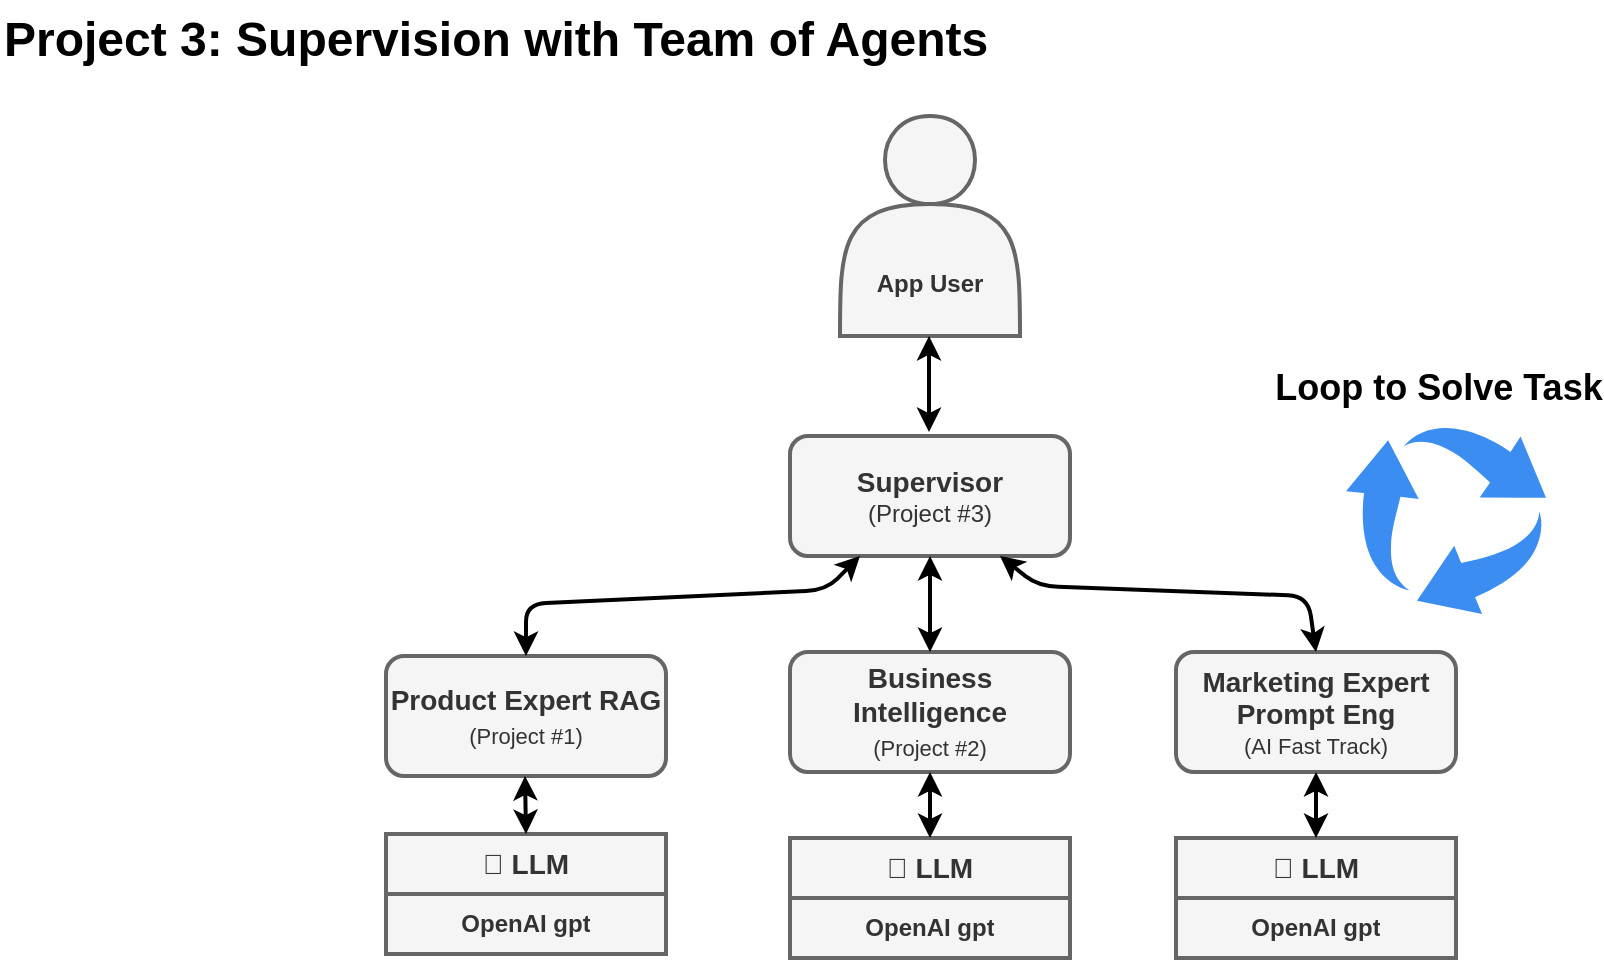
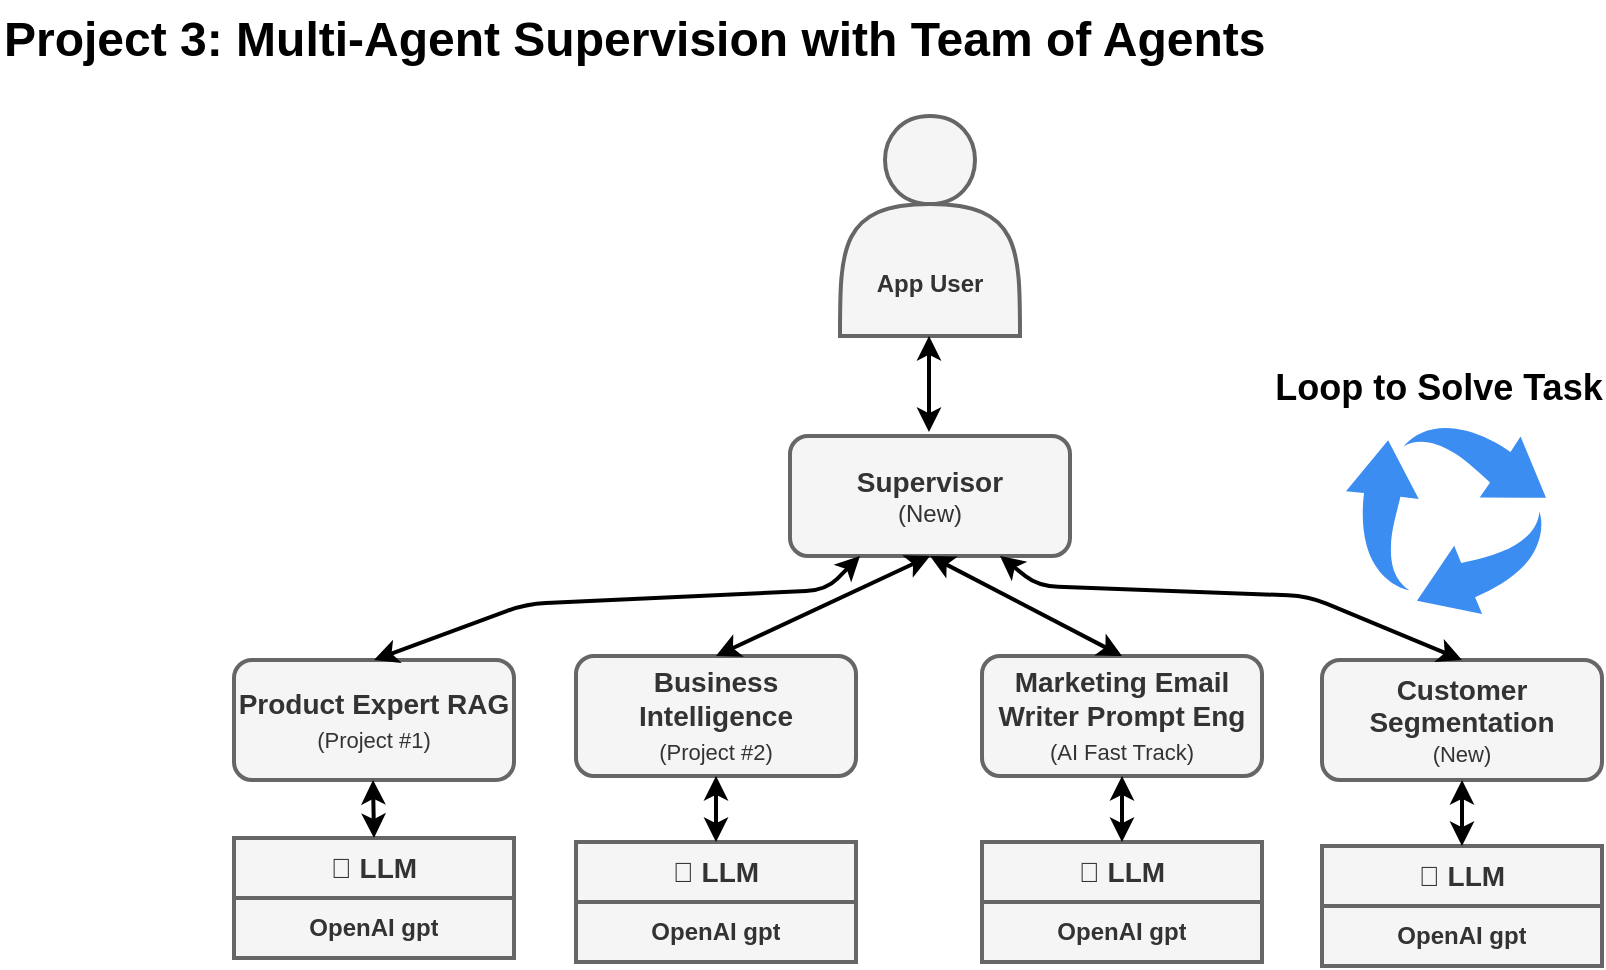
<mxfile host="65bd71144e">
    <diagram id="1xbTTFElEqbZD3jhlw0T" name="Project 3: Plan and Execute Team of Agents">
-         <mxGraphModel dx="877" dy="399" grid="0" gridSize="10" guides="1" tooltips="1" connect="1" arrows="1" fold="1" page="1" pageScale="1" pageWidth="1100" pageHeight="850" background="#ffffff" math="0" shadow="0">
+         <mxGraphModel dx="980" dy="549" grid="0" gridSize="10" guides="1" tooltips="1" connect="1" arrows="1" fold="1" page="1" pageScale="1" pageWidth="1100" pageHeight="850" background="#ffffff" math="0" shadow="0">
            <root>
                <mxCell id="0"/>
                <mxCell id="1" parent="0"/>
-                 <mxCell id="5" value="Project 3: Supervision with Team of Agents" style="text;html=1;fontSize=24;fontStyle=1;verticalAlign=middle;align=left;strokeWidth=2;fontColor=#000000;" parent="1" vertex="1">
+                 <mxCell id="5" value="Project 3: Multi-Agent Supervision with Team of Agents" style="text;html=1;fontSize=24;fontStyle=1;verticalAlign=middle;align=left;strokeWidth=2;fontColor=#000000;" parent="1" vertex="1">
                    <mxGeometry x="40" y="10" width="100" height="40" as="geometry"/>
                </mxCell>
                <mxCell id="35" value="&lt;br&gt;&lt;br&gt;&lt;br&gt;&lt;br&gt;&lt;b&gt;App User&lt;/b&gt;" style="shape=actor;whiteSpace=wrap;html=1;fillColor=#f5f5f5;fontColor=#333333;strokeColor=#666666;strokeWidth=2;" parent="1" vertex="1">
                    <mxGeometry x="460" y="68" width="90" height="110" as="geometry"/>
                </mxCell>
-                 <mxCell id="44" value="&lt;b style=&quot;font-size: 14px;&quot;&gt;Supervisor&lt;/b&gt;&lt;br&gt;&lt;font style=&quot;font-size: 12px;&quot;&gt;(Project #3)&lt;/font&gt;" style="rounded=1;whiteSpace=wrap;html=1;fillColor=#f5f5f5;fontColor=#333333;strokeColor=#666666;strokeWidth=2;" parent="1" vertex="1">
+                 <mxCell id="44" value="&lt;b style=&quot;font-size: 14px;&quot;&gt;Supervisor&lt;/b&gt;&lt;br&gt;&lt;font style=&quot;font-size: 12px;&quot;&gt;(New)&lt;/font&gt;" style="rounded=1;whiteSpace=wrap;html=1;fillColor=#f5f5f5;fontColor=#333333;strokeColor=#666666;strokeWidth=2;" parent="1" vertex="1">
                    <mxGeometry x="435" y="228" width="140" height="60" as="geometry"/>
                </mxCell>
                <mxCell id="50" value="&lt;b style=&quot;font-size: 14px;&quot;&gt;Product Expert RAG&lt;br&gt;&lt;/b&gt;&lt;span style=&quot;font-size: 11px;&quot;&gt;(Project #1)&lt;/span&gt;&lt;b style=&quot;font-size: 14px;&quot;&gt;&lt;br&gt;&lt;/b&gt;" style="rounded=1;whiteSpace=wrap;html=1;fillColor=#f5f5f5;fontColor=#333333;strokeColor=#666666;strokeWidth=2;" parent="1" vertex="1">
-                     <mxGeometry x="233" y="338" width="140" height="60" as="geometry"/>
+                     <mxGeometry x="157" y="340" width="140" height="60" as="geometry"/>
                </mxCell>
                <mxCell id="75" style="edgeStyle=none;html=1;exitX=0.25;exitY=1;exitDx=0;exitDy=0;strokeColor=#000000;strokeWidth=2;fontColor=#000000;startArrow=classic;startFill=1;entryX=0.5;entryY=0;entryDx=0;entryDy=0;" parent="1" source="44" target="50" edge="1">
                    <mxGeometry relative="1" as="geometry">
                        <mxPoint x="515" y="190" as="sourcePoint"/>
                        <mxPoint x="515" y="238" as="targetPoint"/>
                        <Array as="points">
                            <mxPoint x="453" y="305"/>
                            <mxPoint x="303" y="312"/>
                        </Array>
                    </mxGeometry>
                </mxCell>
                <mxCell id="76" value="&lt;b style=&quot;font-size: 14px;&quot;&gt;Business Intelligence&lt;br&gt;&lt;/b&gt;&lt;span style=&quot;font-size: 11px;&quot;&gt;(Project #2)&lt;/span&gt;&lt;b style=&quot;font-size: 14px;&quot;&gt;&lt;br&gt;&lt;/b&gt;" style="rounded=1;whiteSpace=wrap;html=1;fillColor=#f5f5f5;fontColor=#333333;strokeColor=#666666;strokeWidth=2;" parent="1" vertex="1">
-                     <mxGeometry x="435" y="336" width="140" height="60" as="geometry"/>
+                     <mxGeometry x="328" y="338" width="140" height="60" as="geometry"/>
                </mxCell>
-                 <mxCell id="77" value="&lt;b style=&quot;font-size: 14px;&quot;&gt;Marketing Expert Prompt Eng&lt;br&gt;&lt;/b&gt;&lt;span style=&quot;font-size: 11px;&quot;&gt;(AI Fast Track)&lt;/span&gt;" style="rounded=1;whiteSpace=wrap;html=1;fillColor=#f5f5f5;fontColor=#333333;strokeColor=#666666;strokeWidth=2;" parent="1" vertex="1">
-                     <mxGeometry x="628" y="336" width="140" height="60" as="geometry"/>
+                 <mxCell id="77" value="&lt;b style=&quot;font-size: 14px;&quot;&gt;Customer Segmentation&lt;br&gt;&lt;/b&gt;&lt;span style=&quot;font-size: 11px;&quot;&gt;(New)&lt;/span&gt;" style="rounded=1;whiteSpace=wrap;html=1;fillColor=#f5f5f5;fontColor=#333333;strokeColor=#666666;strokeWidth=2;" parent="1" vertex="1">
+                     <mxGeometry x="701" y="340" width="140" height="60" as="geometry"/>
                </mxCell>
                <mxCell id="78" style="edgeStyle=none;html=1;exitX=0.5;exitY=1;exitDx=0;exitDy=0;strokeColor=#000000;strokeWidth=2;fontColor=#000000;startArrow=classic;startFill=1;entryX=0.5;entryY=0;entryDx=0;entryDy=0;" parent="1" source="44" target="76" edge="1">
                    <mxGeometry relative="1" as="geometry">
                        <mxPoint x="480" y="298" as="sourcePoint"/>
                        <mxPoint x="313" y="348" as="targetPoint"/>
                    </mxGeometry>
                </mxCell>
                <mxCell id="79" style="edgeStyle=none;html=1;exitX=0.75;exitY=1;exitDx=0;exitDy=0;strokeColor=#000000;strokeWidth=2;fontColor=#000000;startArrow=classic;startFill=1;entryX=0.5;entryY=0;entryDx=0;entryDy=0;" parent="1" source="44" target="77" edge="1">
                    <mxGeometry relative="1" as="geometry">
                        <mxPoint x="490" y="308" as="sourcePoint"/>
                        <mxPoint x="323" y="358" as="targetPoint"/>
                        <Array as="points">
                            <mxPoint x="559" y="303"/>
                            <mxPoint x="694" y="308"/>
                        </Array>
                    </mxGeometry>
                </mxCell>
                <mxCell id="80" value="" style="sketch=0;html=1;aspect=fixed;strokeColor=none;shadow=0;align=center;verticalAlign=top;fillColor=#3B8DF1;shape=mxgraph.gcp2.arrow_cycle" parent="1" vertex="1">
                    <mxGeometry x="713" y="222" width="100" height="95" as="geometry"/>
                </mxCell>
                <mxCell id="81" style="edgeStyle=none;html=1;exitX=0.5;exitY=1;exitDx=0;exitDy=0;strokeColor=#000000;strokeWidth=2;fontColor=#000000;startArrow=classic;startFill=1;" parent="1" edge="1">
                    <mxGeometry relative="1" as="geometry">
                        <mxPoint x="504.5" y="178" as="sourcePoint"/>
                        <mxPoint x="504.5" y="226" as="targetPoint"/>
                    </mxGeometry>
                </mxCell>
                <mxCell id="82" value="&lt;b&gt;&lt;font style=&quot;font-size: 14px;&quot;&gt;🧠 LLM&lt;/font&gt;&lt;/b&gt;" style="swimlane;fontStyle=0;childLayout=stackLayout;horizontal=1;startSize=30;horizontalStack=0;resizeParent=1;resizeParentMax=0;resizeLast=0;collapsible=1;marginBottom=0;whiteSpace=wrap;html=1;labelBackgroundColor=none;strokeWidth=2;fontColor=#333333;fillColor=#f5f5f5;strokeColor=#666666;" parent="1" vertex="1">
-                     <mxGeometry x="233" y="427" width="140" height="60" as="geometry"/>
+                     <mxGeometry x="157" y="429" width="140" height="60" as="geometry"/>
                </mxCell>
                <mxCell id="83" value="&lt;b&gt;OpenAI gpt&lt;/b&gt;" style="text;strokeColor=#666666;fillColor=#f5f5f5;align=center;verticalAlign=middle;spacingLeft=4;spacingRight=4;overflow=hidden;points=[[0,0.5],[1,0.5]];portConstraint=eastwest;rotatable=0;whiteSpace=wrap;html=1;labelBackgroundColor=none;strokeWidth=2;fontColor=#333333;" parent="82" vertex="1">
                    <mxGeometry y="30" width="140" height="30" as="geometry"/>
                </mxCell>
                <mxCell id="84" value="&lt;b&gt;&lt;font style=&quot;font-size: 14px;&quot;&gt;🧠 LLM&lt;/font&gt;&lt;/b&gt;" style="swimlane;fontStyle=0;childLayout=stackLayout;horizontal=1;startSize=30;horizontalStack=0;resizeParent=1;resizeParentMax=0;resizeLast=0;collapsible=1;marginBottom=0;whiteSpace=wrap;html=1;labelBackgroundColor=none;strokeWidth=2;fontColor=#333333;fillColor=#f5f5f5;strokeColor=#666666;" parent="1" vertex="1">
-                     <mxGeometry x="435" y="429" width="140" height="60" as="geometry"/>
+                     <mxGeometry x="328" y="431" width="140" height="60" as="geometry"/>
                </mxCell>
                <mxCell id="85" value="&lt;b&gt;OpenAI gpt&lt;/b&gt;" style="text;strokeColor=#666666;fillColor=#f5f5f5;align=center;verticalAlign=middle;spacingLeft=4;spacingRight=4;overflow=hidden;points=[[0,0.5],[1,0.5]];portConstraint=eastwest;rotatable=0;whiteSpace=wrap;html=1;labelBackgroundColor=none;strokeWidth=2;fontColor=#333333;" parent="84" vertex="1">
                    <mxGeometry y="30" width="140" height="30" as="geometry"/>
                </mxCell>
                <mxCell id="86" value="&lt;b&gt;&lt;font style=&quot;font-size: 14px;&quot;&gt;🧠 LLM&lt;/font&gt;&lt;/b&gt;" style="swimlane;fontStyle=0;childLayout=stackLayout;horizontal=1;startSize=30;horizontalStack=0;resizeParent=1;resizeParentMax=0;resizeLast=0;collapsible=1;marginBottom=0;whiteSpace=wrap;html=1;labelBackgroundColor=none;strokeWidth=2;fontColor=#333333;fillColor=#f5f5f5;strokeColor=#666666;" parent="1" vertex="1">
-                     <mxGeometry x="628" y="429" width="140" height="60" as="geometry"/>
+                     <mxGeometry x="701" y="433" width="140" height="60" as="geometry"/>
                </mxCell>
                <mxCell id="87" value="&lt;b&gt;OpenAI gpt&lt;/b&gt;" style="text;strokeColor=#666666;fillColor=#f5f5f5;align=center;verticalAlign=middle;spacingLeft=4;spacingRight=4;overflow=hidden;points=[[0,0.5],[1,0.5]];portConstraint=eastwest;rotatable=0;whiteSpace=wrap;html=1;labelBackgroundColor=none;strokeWidth=2;fontColor=#333333;" parent="86" vertex="1">
                    <mxGeometry y="30" width="140" height="30" as="geometry"/>
                </mxCell>
                <mxCell id="88" style="edgeStyle=none;html=1;exitX=0.5;exitY=1;exitDx=0;exitDy=0;strokeColor=#000000;strokeWidth=2;fontColor=#000000;startArrow=classic;startFill=1;" parent="1" edge="1">
                    <mxGeometry relative="1" as="geometry">
-                         <mxPoint x="302.5" y="398" as="sourcePoint"/>
-                         <mxPoint x="303" y="427" as="targetPoint"/>
+                         <mxPoint x="226.5" y="400" as="sourcePoint"/>
+                         <mxPoint x="227" y="429" as="targetPoint"/>
                    </mxGeometry>
                </mxCell>
                <mxCell id="89" style="edgeStyle=none;html=1;exitX=0.5;exitY=1;exitDx=0;exitDy=0;strokeColor=#000000;strokeWidth=2;fontColor=#000000;startArrow=classic;startFill=1;" parent="1" source="76" target="84" edge="1">
                    <mxGeometry relative="1" as="geometry">
-                         <mxPoint x="312.5" y="408" as="sourcePoint"/>
-                         <mxPoint x="313" y="435" as="targetPoint"/>
+                         <mxPoint x="205.5" y="410" as="sourcePoint"/>
+                         <mxPoint x="206" y="437" as="targetPoint"/>
                    </mxGeometry>
                </mxCell>
                <mxCell id="90" style="edgeStyle=none;html=1;exitX=0.5;exitY=1;exitDx=0;exitDy=0;strokeColor=#000000;strokeWidth=2;fontColor=#000000;startArrow=classic;startFill=1;entryX=0.5;entryY=0;entryDx=0;entryDy=0;" parent="1" source="77" target="86" edge="1">
                    <mxGeometry relative="1" as="geometry">
-                         <mxPoint x="322.5" y="418" as="sourcePoint"/>
-                         <mxPoint x="323" y="445" as="targetPoint"/>
+                         <mxPoint x="395.5" y="422" as="sourcePoint"/>
+                         <mxPoint x="396" y="449" as="targetPoint"/>
                    </mxGeometry>
                </mxCell>
                <mxCell id="95" value="&lt;font style=&quot;font-size: 18px;&quot;&gt;Loop to Solve Task&lt;/font&gt;" style="text;strokeColor=none;fillColor=none;html=1;fontSize=24;fontStyle=1;verticalAlign=middle;align=center;fontColor=#000000;" parent="1" vertex="1">
                    <mxGeometry x="709" y="182" width="100" height="40" as="geometry"/>
                </mxCell>
+                 <mxCell id="96" value="&lt;b style=&quot;font-size: 14px;&quot;&gt;Marketing Email Writer Prompt Eng&lt;br&gt;&lt;/b&gt;&lt;span style=&quot;font-size: 11px;&quot;&gt;(AI Fast Track)&lt;/span&gt;&lt;b style=&quot;font-size: 14px;&quot;&gt;&lt;/b&gt;" style="rounded=1;whiteSpace=wrap;html=1;fillColor=#f5f5f5;fontColor=#333333;strokeColor=#666666;strokeWidth=2;" vertex="1" parent="1">
+                     <mxGeometry x="531" y="338" width="140" height="60" as="geometry"/>
+                 </mxCell>
+                 <mxCell id="97" style="edgeStyle=none;html=1;exitX=0.5;exitY=1;exitDx=0;exitDy=0;strokeColor=#000000;strokeWidth=2;fontColor=#000000;startArrow=classic;startFill=1;entryX=0.5;entryY=0;entryDx=0;entryDy=0;" edge="1" parent="1" target="96" source="44">
+                     <mxGeometry relative="1" as="geometry">
+                         <mxPoint x="689" y="288" as="sourcePoint"/>
+                         <mxPoint x="497" y="348" as="targetPoint"/>
+                     </mxGeometry>
+                 </mxCell>
+                 <mxCell id="98" value="&lt;b&gt;&lt;font style=&quot;font-size: 14px;&quot;&gt;🧠 LLM&lt;/font&gt;&lt;/b&gt;" style="swimlane;fontStyle=0;childLayout=stackLayout;horizontal=1;startSize=30;horizontalStack=0;resizeParent=1;resizeParentMax=0;resizeLast=0;collapsible=1;marginBottom=0;whiteSpace=wrap;html=1;labelBackgroundColor=none;strokeWidth=2;fontColor=#333333;fillColor=#f5f5f5;strokeColor=#666666;" vertex="1" parent="1">
+                     <mxGeometry x="531" y="431" width="140" height="60" as="geometry"/>
+                 </mxCell>
+                 <mxCell id="99" value="&lt;b&gt;OpenAI gpt&lt;/b&gt;" style="text;strokeColor=#666666;fillColor=#f5f5f5;align=center;verticalAlign=middle;spacingLeft=4;spacingRight=4;overflow=hidden;points=[[0,0.5],[1,0.5]];portConstraint=eastwest;rotatable=0;whiteSpace=wrap;html=1;labelBackgroundColor=none;strokeWidth=2;fontColor=#333333;" vertex="1" parent="98">
+                     <mxGeometry y="30" width="140" height="30" as="geometry"/>
+                 </mxCell>
+                 <mxCell id="100" style="edgeStyle=none;html=1;exitX=0.5;exitY=1;exitDx=0;exitDy=0;strokeColor=#000000;strokeWidth=2;fontColor=#000000;startArrow=classic;startFill=1;" edge="1" parent="1" source="96" target="98">
+                     <mxGeometry relative="1" as="geometry">
+                         <mxPoint x="408.5" y="410" as="sourcePoint"/>
+                         <mxPoint x="409" y="437" as="targetPoint"/>
+                     </mxGeometry>
+                 </mxCell>
            </root>
        </mxGraphModel>
    </diagram>
</mxfile>